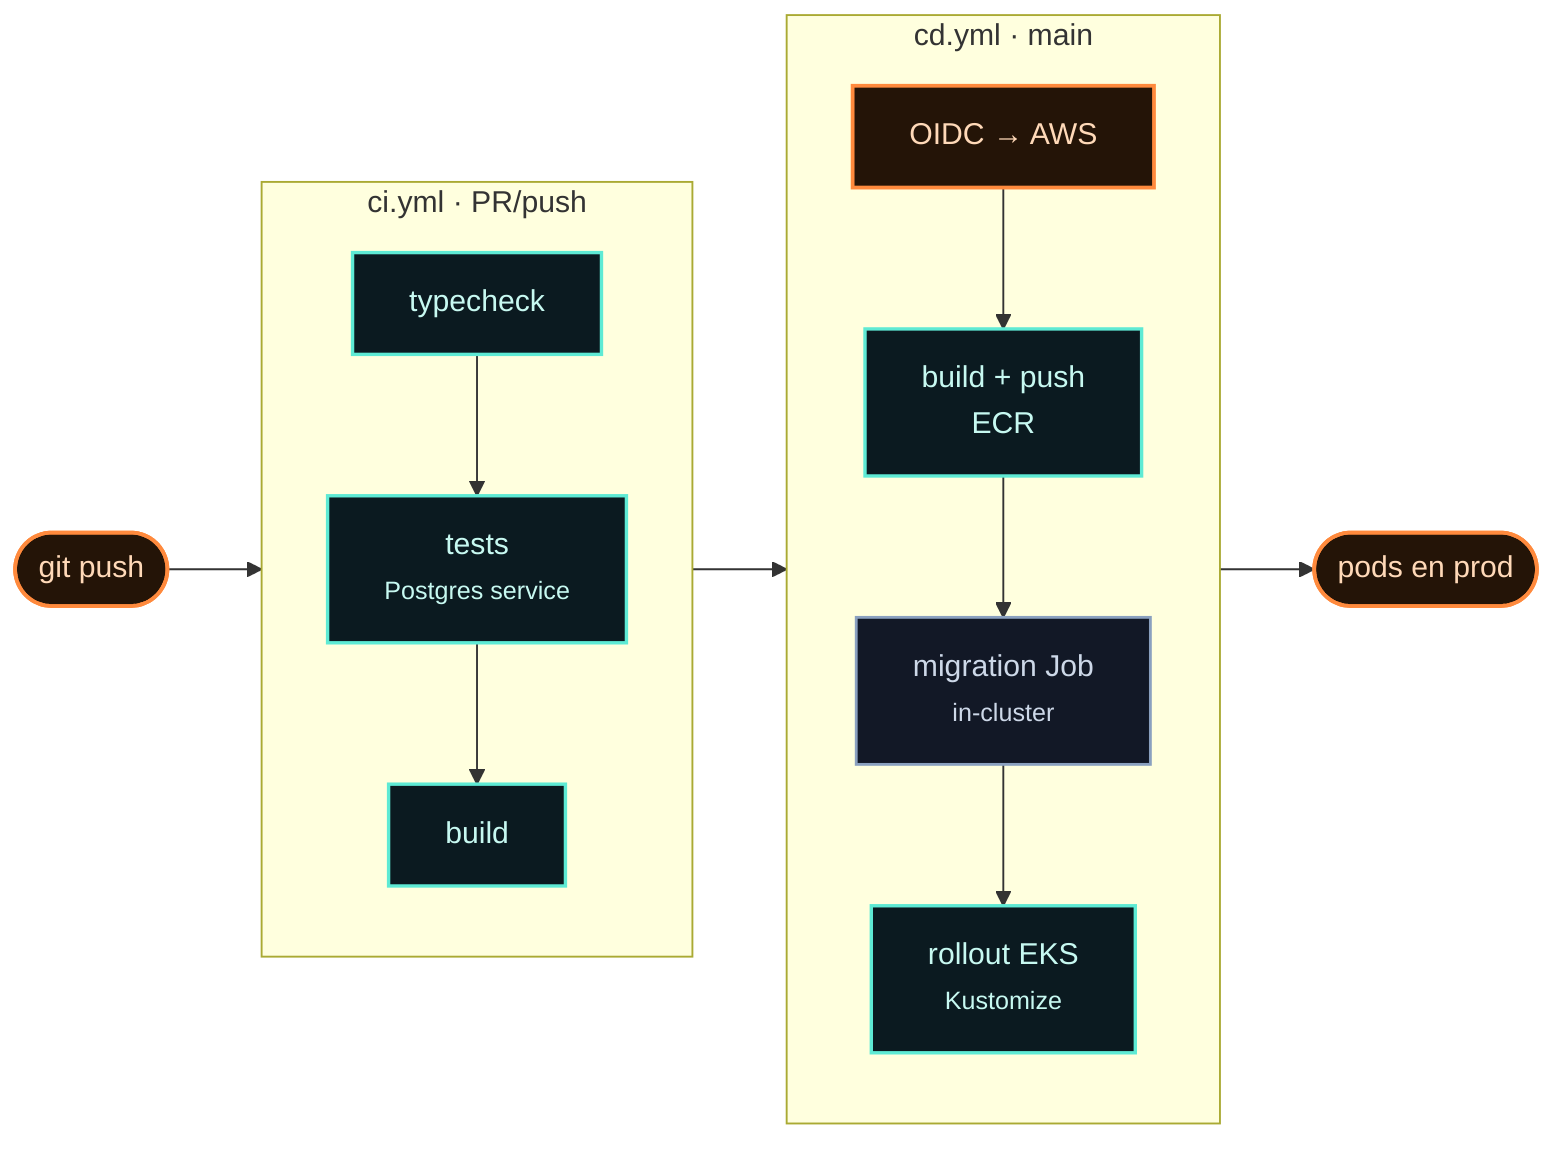
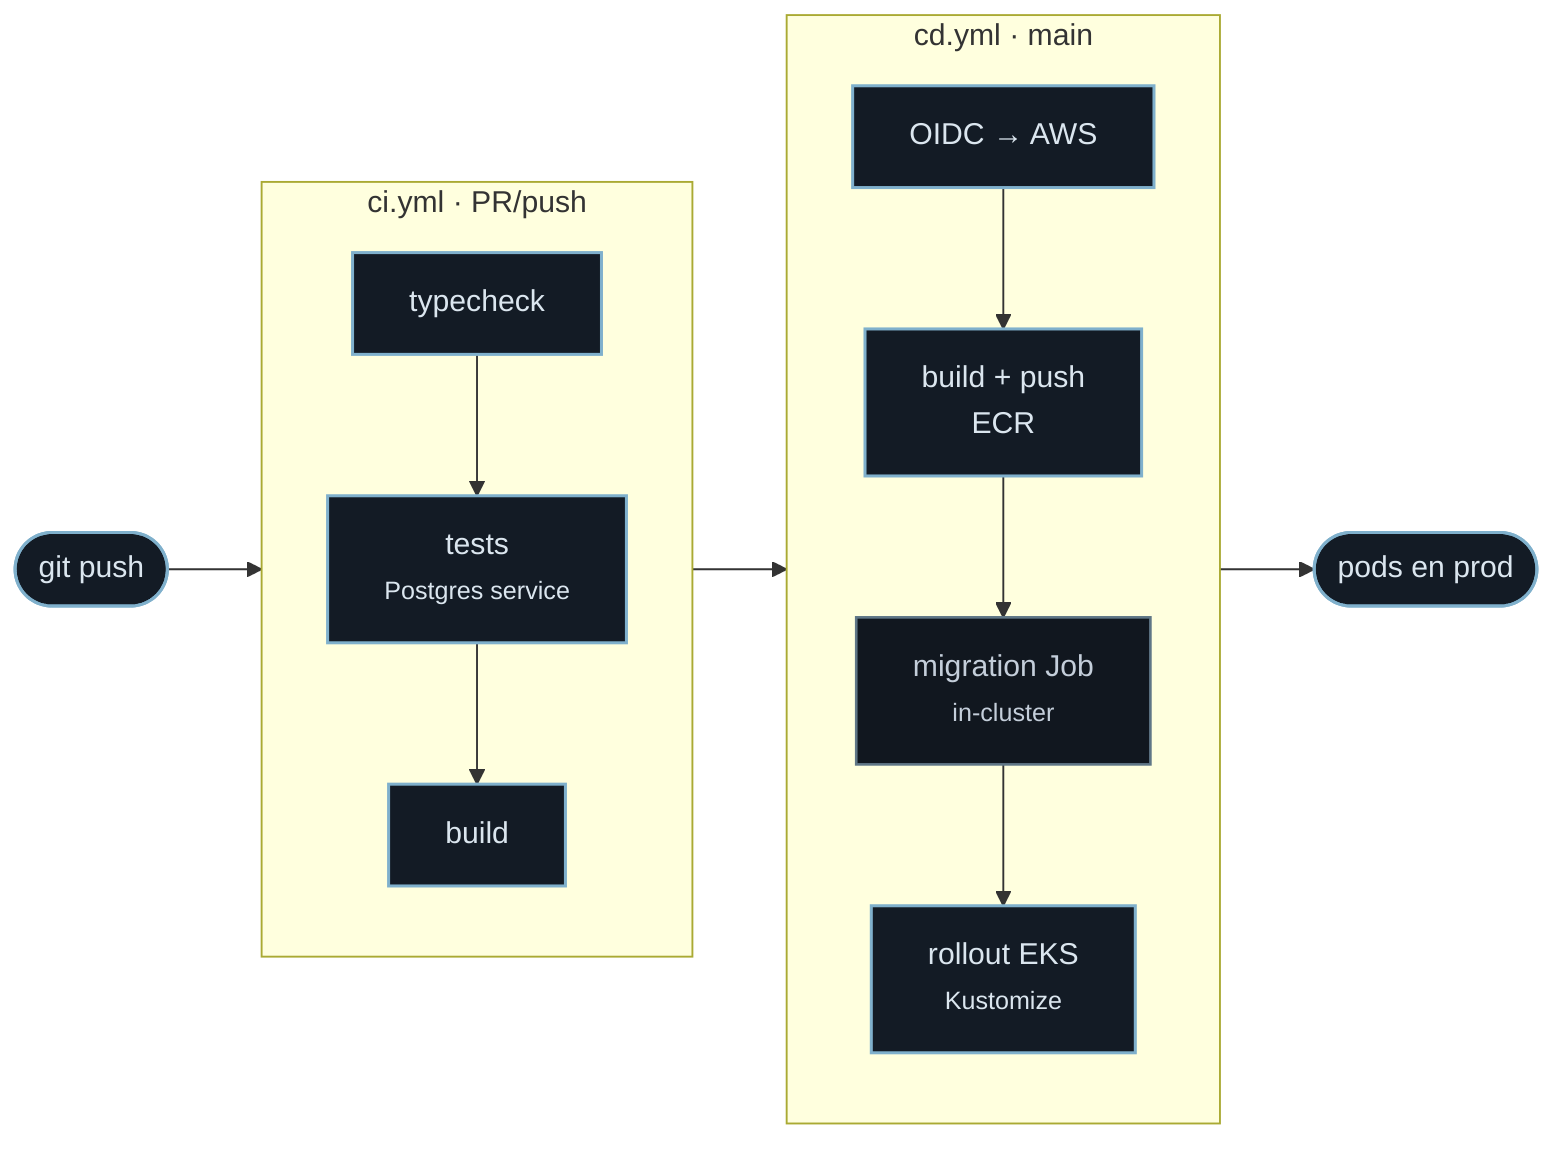
flowchart LR
  DEV([git push]):::ember
  subgraph CI[" ci.yml · PR/push "]
    direction TB
    T1[typecheck]:::svc --> T2[tests<br/><small>Postgres service</small>]:::svc --> T3[build]:::svc
  end
  subgraph CD[" cd.yml · main "]
    direction TB
    O[OIDC → AWS]:::ember --> B[build + push<br/>ECR]:::svc --> M[migration Job<br/><small>in-cluster</small>]:::data --> R[rollout EKS<br/><small>Kustomize</small>]:::svc
  end
  PROD([pods en prod]):::ember

  DEV --> CI
  CI --> CD
  CD --> PROD

-   classDef ember fill:#241407,stroke:#ff8a3d,stroke-width:2px,color:#ffd9b8;
-   classDef svc fill:#0b1a20,stroke:#5eead4,stroke-width:1.8px,color:#c7f9f1;
-   classDef data fill:#121826,stroke:#8aa0bf,stroke-width:1.5px,color:#cdd8e8;
+   classDef ember fill:#131b25,stroke:#7fb0cc,stroke-width:1.6px,color:#dbe6ef;
+   classDef svc fill:#131b25,stroke:#7fb0cc,stroke-width:1.6px,color:#dbe6ef;
+   classDef data fill:#11171f,stroke:#5f7686,stroke-width:1.4px,color:#c4ceda;
